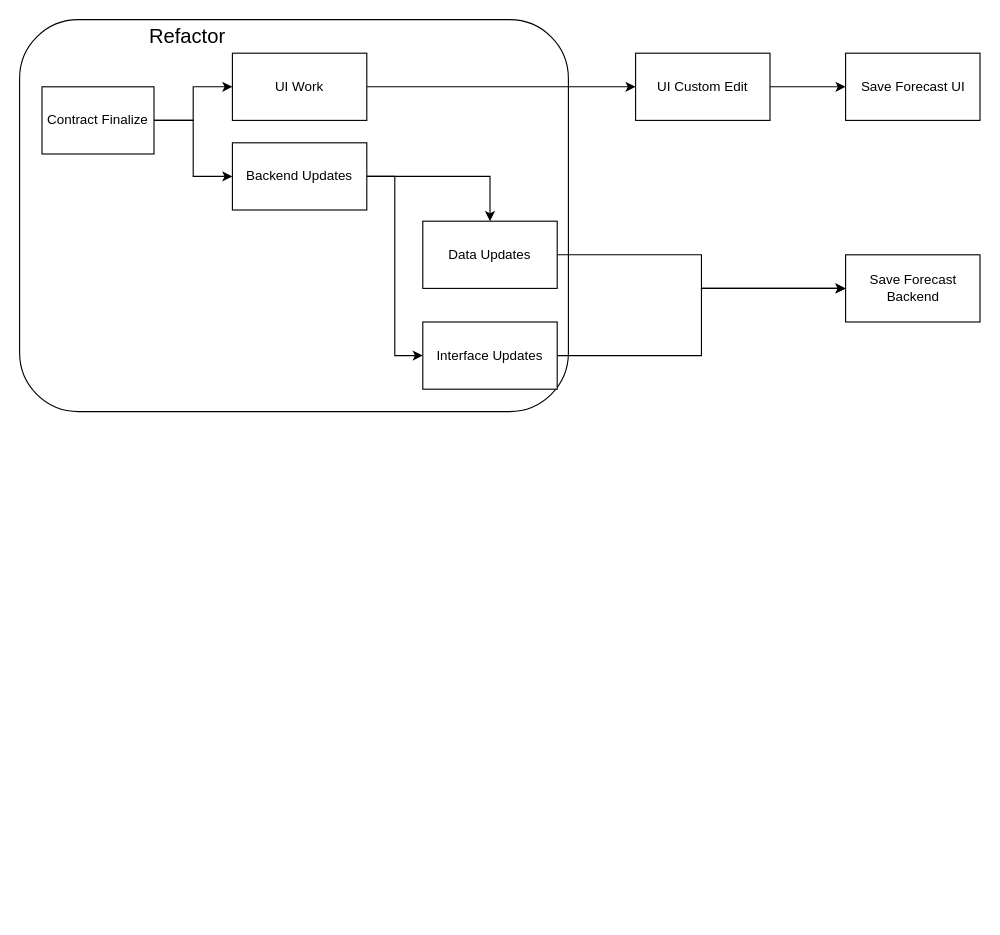
The draw.io diagram page "API Work" (2 of 7) of kroger.drawio in aayush-tuladhar-kr/drawio, before the edit. Source tidied: cells renumbered, new cells numbered last; positions are measured from the earlier drawing's top-left corner, leaving out a move shared by most shapes. Both pictures are drawn from the tidied source at 112%, with x=0, y=0 at pixel (19, 19).
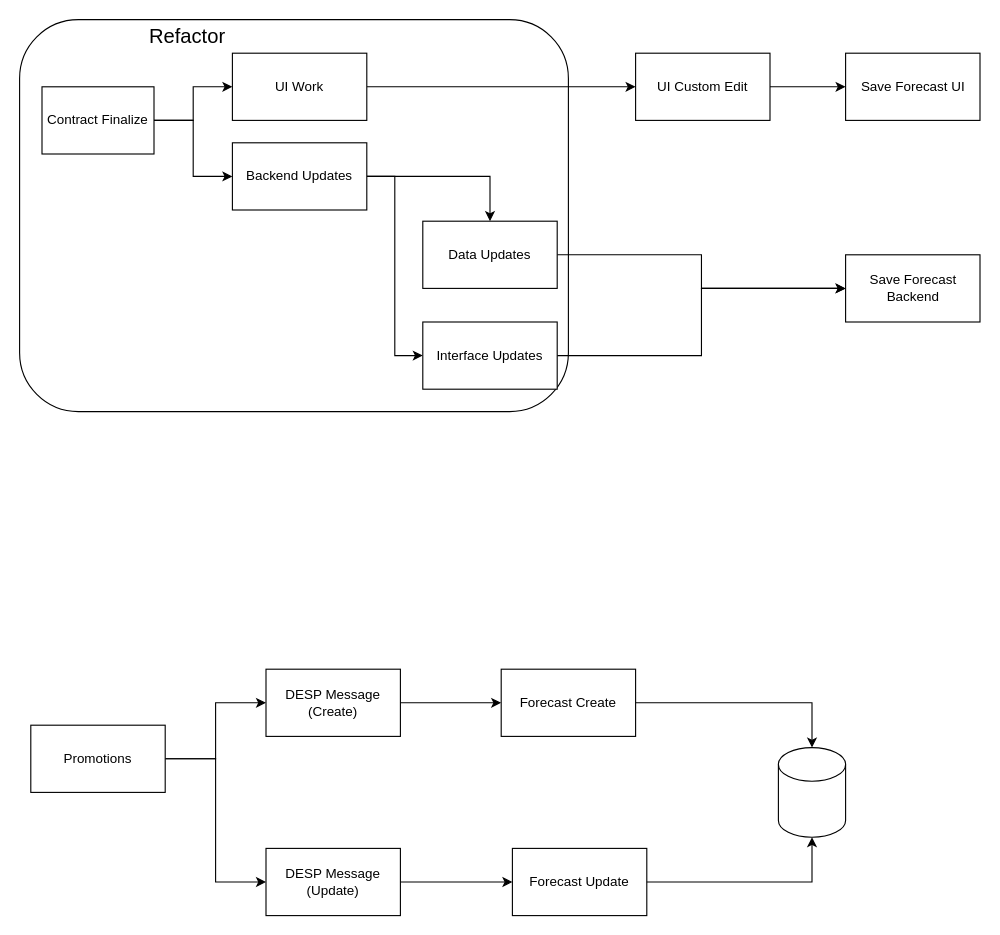
The same diagram, later.

Diff of the diagram source:
```diff
@@
+    <mxCell id="20" style="edgeStyle=orthogonalEdgeStyle;rounded=0;jettySize=auto;html=1;" parent="1" edge="1" source="21" target="22">
+      <mxGeometry relative="1" as="geometry" />
+    </mxCell>
+    <mxCell id="21" value="DESP Message&lt;br&gt;(Create)" style="rounded=0;whiteSpace=wrap;html=1;" parent="1" vertex="1">
+      <mxGeometry x="220" y="580" width="120" height="60" as="geometry" />
+    </mxCell>
+    <mxCell id="22" value="Forecast Create" style="whiteSpace=wrap;html=1;rounded=0;" parent="1" vertex="1">
+      <mxGeometry x="430" y="580" width="120" height="60" as="geometry" />
+    </mxCell>
+    <mxCell id="23" style="edgeStyle=orthogonalEdgeStyle;rounded=0;jettySize=auto;html=1;entryX=0;entryY=0.5;entryDx=0;entryDy=0;" parent="1" edge="1" source="24" target="25">
+      <mxGeometry relative="1" as="geometry" />
+    </mxCell>
+    <mxCell id="24" value="DESP Message (Update)" style="rounded=0;whiteSpace=wrap;html=1;" parent="1" vertex="1">
+      <mxGeometry x="220" y="740" width="120" height="60" as="geometry" />
+    </mxCell>
+    <mxCell id="25" value="Forecast Update" style="whiteSpace=wrap;html=1;rounded=0;" parent="1" vertex="1">
+      <mxGeometry x="440" y="740" width="120" height="60" as="geometry" />
+    </mxCell>
+    <mxCell id="26" style="edgeStyle=orthogonalEdgeStyle;rounded=0;jettySize=auto;html=1;entryX=0;entryY=0.5;entryDx=0;entryDy=0;" parent="1" edge="1" source="28" target="21">
+      <mxGeometry relative="1" as="geometry" />
+    </mxCell>
+    <mxCell id="27" style="edgeStyle=orthogonalEdgeStyle;rounded=0;jettySize=auto;html=1;entryX=0;entryY=0.5;entryDx=0;entryDy=0;" parent="1" edge="1" source="28" target="24">
+      <mxGeometry relative="1" as="geometry" />
+    </mxCell>
+    <mxCell id="28" value="Promotions" style="rounded=0;whiteSpace=wrap;html=1;" parent="1" vertex="1">
+      <mxGeometry x="10" y="630" width="120" height="60" as="geometry" />
+    </mxCell>
+    <mxCell id="29" style="shape=cylinder3;whiteSpace=wrap;html=1;boundedLbl=1;backgroundOutline=1;size=15;" parent="1" vertex="1">
+      <mxGeometry x="677.5" y="650" width="60" height="80" as="geometry" />
+    </mxCell>
+    <mxCell id="30" style="edgeStyle=orthogonalEdgeStyle;rounded=0;jettySize=auto;html=1;entryX=0.5;entryY=0;entryDx=0;entryDy=0;entryPerimeter=0;" parent="1" edge="1" source="22" target="29">
+      <mxGeometry relative="1" as="geometry" />
+    </mxCell>
+    <mxCell id="31" style="edgeStyle=orthogonalEdgeStyle;rounded=0;jettySize=auto;html=1;entryX=0.5;entryY=1;entryDx=0;entryDy=0;entryPerimeter=0;" parent="1" edge="1" source="25" target="29">
+      <mxGeometry relative="1" as="geometry" />
+    </mxCell>
```
